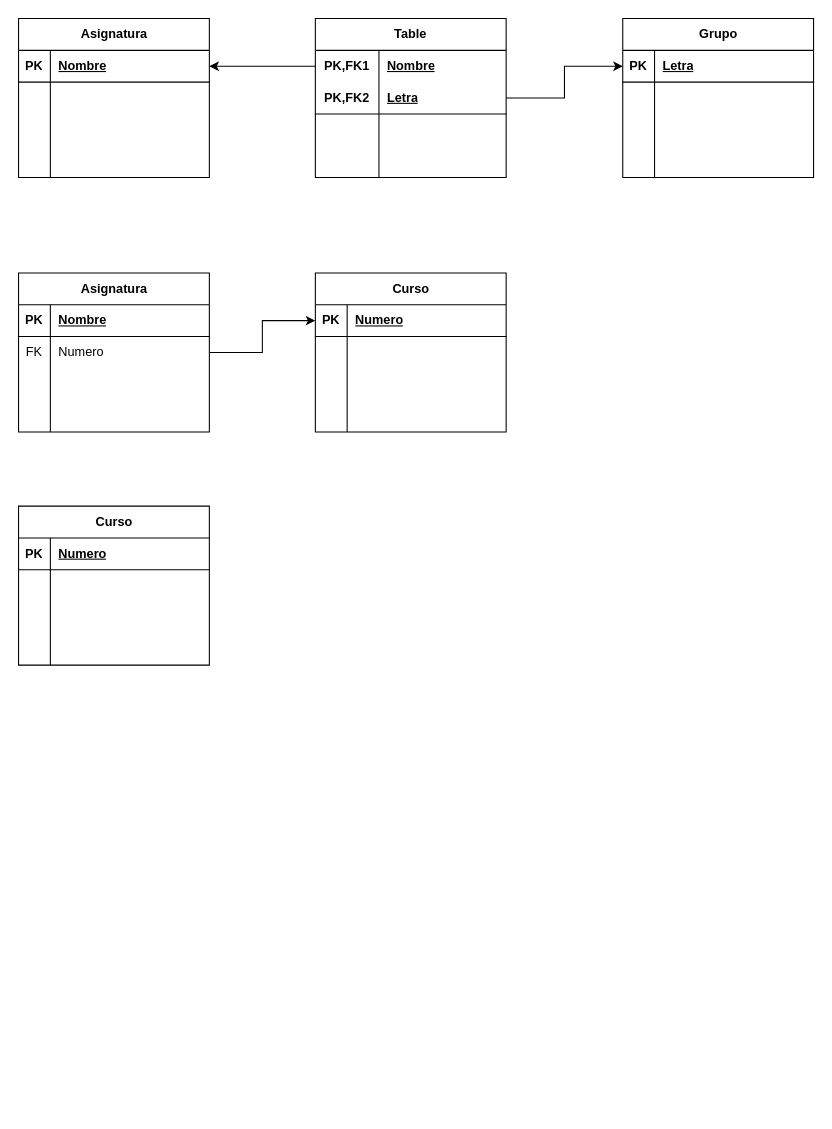
Above: Unidad_1/Tareas/Tareas_entregables/Docente (MR-2)/Diagrama sin título.drawio in OxideVanadium/base_de_datos (draw.io), before the change. Source tidied: cells renumbered, new cells numbered last; positions are measured from the earlier drawing's top-left corner, leaving out a move shared by most shapes. Both pictures are drawn from the tidied source at 106%, with x=0, y=0 at pixel (18, 18).
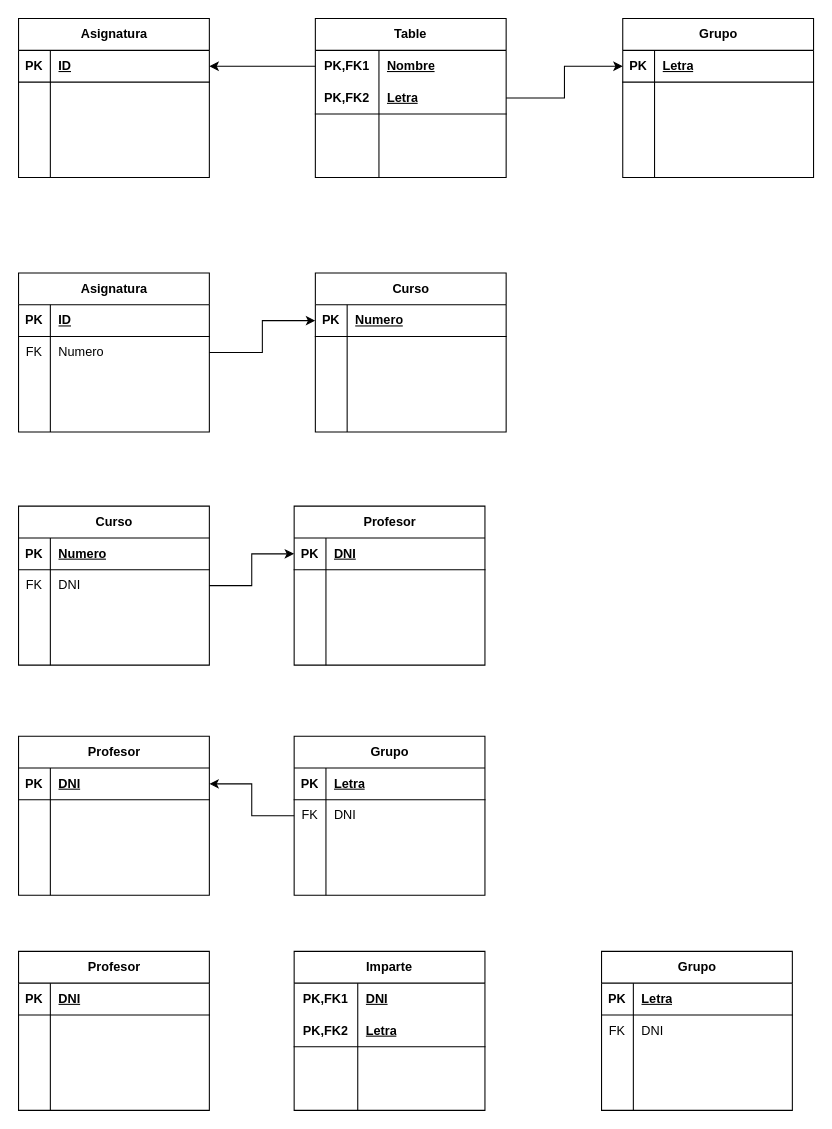
The same page after the edit.

Unchanged cells that the change refers to:
```xml
<mxCell id="3" style="shape=tableRow;horizontal=0;startSize=0;swimlaneHead=0;swimlaneBody=0;fillColor=none;points=[[0,0.5],[1,0.5]];portConstraint=eastwest;top=0;left=0;right=0;bottom=1;" parent="2" vertex="1">
  <mxGeometry y="30" width="180" height="30" as="geometry" />
</mxCell>
<mxCell id="44" style="shape=tableRow;horizontal=0;startSize=0;swimlaneHead=0;swimlaneBody=0;fillColor=none;top=0;left=0;right=0;bottom=1;" parent="43" vertex="1">
  <mxGeometry y="30" width="180" height="30" as="geometry" />
</mxCell>
<mxCell id="74" style="shape=tableRow;horizontal=0;startSize=0;swimlaneHead=0;swimlaneBody=0;fillColor=none;points=[[0,0.5],[1,0.5]];portConstraint=eastwest;top=0;left=0;right=0;bottom=0;" parent="70" vertex="1">
  <mxGeometry y="60" width="180" height="30" as="geometry" />
</mxCell>
```

Change to the diagram source:
```diff
@@
-    <mxCell id="5" value="Nombre" style="shape=partialRectangle;fillColor=none;top=0;left=0;bottom=0;right=0;align=left;spacingLeft=6;fontStyle=5;overflow=hidden;whiteSpace=wrap;html=1;" parent="3" vertex="1">
+    <mxCell id="5" value="ID" style="shape=partialRectangle;fillColor=none;top=0;left=0;bottom=0;right=0;align=left;spacingLeft=6;fontStyle=5;overflow=hidden;whiteSpace=wrap;html=1;" parent="3" vertex="1">
       <mxGeometry x="30" width="150" height="30" as="geometry" />
     </mxCell>
@@
-    <mxCell id="46" value="Nombre" style="shape=partialRectangle;fillColor=none;top=0;left=0;bottom=0;right=0;align=left;spacingLeft=6;fontStyle=5;overflow=hidden;whiteSpace=wrap;html=1;" parent="44" vertex="1">
+    <mxCell id="46" value="ID" style="shape=partialRectangle;fillColor=none;top=0;left=0;bottom=0;right=0;align=left;spacingLeft=6;fontStyle=5;overflow=hidden;whiteSpace=wrap;html=1;" parent="44" vertex="1">
       <mxGeometry x="30" width="150" height="30" as="geometry" />
     </mxCell>
@@
-    <mxCell id="75" style="shape=partialRectangle;fillColor=none;top=0;left=0;bottom=0;right=0;overflow=hidden;whiteSpace=wrap;html=1;" parent="74" vertex="1">
+    <mxCell id="75" value="FK" style="shape=partialRectangle;fillColor=none;top=0;left=0;bottom=0;right=0;overflow=hidden;whiteSpace=wrap;html=1;" parent="74" vertex="1">
       <mxGeometry width="30" height="30" as="geometry" />
     </mxCell>
-    <mxCell id="76" style="shape=partialRectangle;fillColor=none;top=0;left=0;bottom=0;right=0;align=left;spacingLeft=6;overflow=hidden;whiteSpace=wrap;html=1;" parent="74" vertex="1">
+    <mxCell id="76" value="DNI" style="shape=partialRectangle;fillColor=none;top=0;left=0;bottom=0;right=0;align=left;spacingLeft=6;overflow=hidden;whiteSpace=wrap;html=1;" parent="74" vertex="1">
       <mxGeometry x="30" width="150" height="30" as="geometry" />
     </mxCell>
@@
+    <mxCell id="83" value="Profesor" style="shape=table;startSize=30;childLayout=tableLayout;rowLines=0;fontStyle=1;align=center;html=1;" parent="1" vertex="1">
+      <mxGeometry x="260" y="460" width="180" height="150" as="geometry" />
+    </mxCell>
+    <mxCell id="84" style="shape=tableRow;horizontal=0;startSize=0;swimlaneHead=0;swimlaneBody=0;fillColor=none;points=[[0,0.5],[1,0.5]];portConstraint=eastwest;top=0;left=0;right=0;bottom=1;" parent="83" vertex="1">
+      <mxGeometry y="30" width="180" height="30" as="geometry" />
+    </mxCell>
+    <mxCell id="85" value="PK" style="shape=partialRectangle;fillColor=none;top=0;left=0;bottom=0;right=0;fontStyle=1;overflow=hidden;whiteSpace=wrap;html=1;" parent="84" vertex="1">
+      <mxGeometry width="30" height="30" as="geometry" />
+    </mxCell>
+    <mxCell id="86" value="DNI" style="shape=partialRectangle;fillColor=none;top=0;left=0;bottom=0;right=0;align=left;spacingLeft=6;fontStyle=5;overflow=hidden;whiteSpace=wrap;html=1;" parent="84" vertex="1">
+      <mxGeometry x="30" width="150" height="30" as="geometry" />
+    </mxCell>
+    <mxCell id="87" style="shape=tableRow;horizontal=0;startSize=0;swimlaneHead=0;swimlaneBody=0;fillColor=none;top=0;left=0;right=0;bottom=0;" parent="83" vertex="1">
+      <mxGeometry y="60" width="180" height="30" as="geometry" />
+    </mxCell>
+    <mxCell id="88" style="shape=partialRectangle;fillColor=none;top=0;left=0;bottom=0;right=0;overflow=hidden;whiteSpace=wrap;html=1;" parent="87" vertex="1">
+      <mxGeometry width="30" height="30" as="geometry" />
+    </mxCell>
+    <mxCell id="89" style="shape=partialRectangle;fillColor=none;top=0;left=0;bottom=0;right=0;align=left;spacingLeft=6;overflow=hidden;whiteSpace=wrap;html=1;" parent="87" vertex="1">
+      <mxGeometry x="30" width="150" height="30" as="geometry" />
+    </mxCell>
+    <mxCell id="90" style="shape=tableRow;horizontal=0;startSize=0;swimlaneHead=0;swimlaneBody=0;fillColor=none;top=0;left=0;right=0;bottom=0;" parent="83" vertex="1">
+      <mxGeometry y="90" width="180" height="30" as="geometry" />
+    </mxCell>
+    <mxCell id="91" style="shape=partialRectangle;fillColor=none;top=0;left=0;bottom=0;right=0;overflow=hidden;whiteSpace=wrap;html=1;" parent="90" vertex="1">
+      <mxGeometry width="30" height="30" as="geometry" />
+    </mxCell>
+    <mxCell id="92" style="shape=partialRectangle;fillColor=none;top=0;left=0;bottom=0;right=0;align=left;spacingLeft=6;overflow=hidden;whiteSpace=wrap;html=1;" parent="90" vertex="1">
+      <mxGeometry x="30" width="150" height="30" as="geometry" />
+    </mxCell>
+    <mxCell id="93" style="shape=tableRow;horizontal=0;startSize=0;swimlaneHead=0;swimlaneBody=0;fillColor=none;top=0;left=0;right=0;bottom=0;" parent="83" vertex="1">
+      <mxGeometry y="120" width="180" height="30" as="geometry" />
+    </mxCell>
+    <mxCell id="94" style="shape=partialRectangle;fillColor=none;top=0;left=0;bottom=0;right=0;overflow=hidden;whiteSpace=wrap;html=1;" parent="93" vertex="1">
+      <mxGeometry width="30" height="30" as="geometry" />
+    </mxCell>
+    <mxCell id="95" style="shape=partialRectangle;fillColor=none;top=0;left=0;bottom=0;right=0;align=left;spacingLeft=6;overflow=hidden;whiteSpace=wrap;html=1;" parent="93" vertex="1">
+      <mxGeometry x="30" width="150" height="30" as="geometry" />
+    </mxCell>
+    <mxCell id="96" style="edgeStyle=orthogonalEdgeStyle;rounded=0;jettySize=auto;html=1;entryX=0;entryY=0.5;entryDx=0;entryDy=0;" parent="1" edge="1" source="74" target="84">
+      <mxGeometry relative="1" as="geometry" />
+    </mxCell>
+    <mxCell id="97" value="Profesor" style="shape=table;startSize=30;childLayout=tableLayout;rowLines=0;fontStyle=1;align=center;html=1;" parent="1" vertex="1">
+      <mxGeometry y="677" width="180" height="150" as="geometry" />
+    </mxCell>
+    <mxCell id="98" style="shape=tableRow;horizontal=0;startSize=0;swimlaneHead=0;swimlaneBody=0;fillColor=none;points=[[0,0.5],[1,0.5]];portConstraint=eastwest;top=0;left=0;right=0;bottom=1;" parent="97" vertex="1">
+      <mxGeometry y="30" width="180" height="30" as="geometry" />
+    </mxCell>
+    <mxCell id="99" value="PK" style="shape=partialRectangle;fillColor=none;top=0;left=0;bottom=0;right=0;fontStyle=1;overflow=hidden;whiteSpace=wrap;html=1;" parent="98" vertex="1">
+      <mxGeometry width="30" height="30" as="geometry" />
+    </mxCell>
+    <mxCell id="100" value="DNI" style="shape=partialRectangle;fillColor=none;top=0;left=0;bottom=0;right=0;align=left;spacingLeft=6;fontStyle=5;overflow=hidden;whiteSpace=wrap;html=1;" parent="98" vertex="1">
+      <mxGeometry x="30" width="150" height="30" as="geometry" />
+    </mxCell>
+    <mxCell id="101" style="shape=tableRow;horizontal=0;startSize=0;swimlaneHead=0;swimlaneBody=0;fillColor=none;top=0;left=0;right=0;bottom=0;" parent="97" vertex="1">
+      <mxGeometry y="60" width="180" height="30" as="geometry" />
+    </mxCell>
+    <mxCell id="102" style="shape=partialRectangle;fillColor=none;top=0;left=0;bottom=0;right=0;overflow=hidden;whiteSpace=wrap;html=1;" parent="101" vertex="1">
+      <mxGeometry width="30" height="30" as="geometry" />
+    </mxCell>
+    <mxCell id="103" style="shape=partialRectangle;fillColor=none;top=0;left=0;bottom=0;right=0;align=left;spacingLeft=6;overflow=hidden;whiteSpace=wrap;html=1;" parent="101" vertex="1">
+      <mxGeometry x="30" width="150" height="30" as="geometry" />
+    </mxCell>
+    <mxCell id="104" style="shape=tableRow;horizontal=0;startSize=0;swimlaneHead=0;swimlaneBody=0;fillColor=none;top=0;left=0;right=0;bottom=0;" parent="97" vertex="1">
+      <mxGeometry y="90" width="180" height="30" as="geometry" />
+    </mxCell>
+    <mxCell id="105" style="shape=partialRectangle;fillColor=none;top=0;left=0;bottom=0;right=0;overflow=hidden;whiteSpace=wrap;html=1;" parent="104" vertex="1">
+      <mxGeometry width="30" height="30" as="geometry" />
+    </mxCell>
+    <mxCell id="106" style="shape=partialRectangle;fillColor=none;top=0;left=0;bottom=0;right=0;align=left;spacingLeft=6;overflow=hidden;whiteSpace=wrap;html=1;" parent="104" vertex="1">
+      <mxGeometry x="30" width="150" height="30" as="geometry" />
+    </mxCell>
+    <mxCell id="107" style="shape=tableRow;horizontal=0;startSize=0;swimlaneHead=0;swimlaneBody=0;fillColor=none;top=0;left=0;right=0;bottom=0;" parent="97" vertex="1">
+      <mxGeometry y="120" width="180" height="30" as="geometry" />
+    </mxCell>
+    <mxCell id="108" style="shape=partialRectangle;fillColor=none;top=0;left=0;bottom=0;right=0;overflow=hidden;whiteSpace=wrap;html=1;" parent="107" vertex="1">
+      <mxGeometry width="30" height="30" as="geometry" />
+    </mxCell>
+    <mxCell id="109" style="shape=partialRectangle;fillColor=none;top=0;left=0;bottom=0;right=0;align=left;spacingLeft=6;overflow=hidden;whiteSpace=wrap;html=1;" parent="107" vertex="1">
+      <mxGeometry x="30" width="150" height="30" as="geometry" />
+    </mxCell>
+    <mxCell id="110" value="Grupo" style="shape=table;startSize=30;childLayout=tableLayout;rowLines=0;fontStyle=1;align=center;html=1;" parent="1" vertex="1">
+      <mxGeometry x="260" y="677" width="180" height="150" as="geometry" />
+    </mxCell>
+    <mxCell id="111" style="shape=tableRow;horizontal=0;startSize=0;swimlaneHead=0;swimlaneBody=0;fillColor=none;top=0;left=0;right=0;bottom=1;" parent="110" vertex="1">
+      <mxGeometry y="30" width="180" height="30" as="geometry" />
+    </mxCell>
+    <mxCell id="112" value="PK" style="shape=partialRectangle;fillColor=none;top=0;left=0;bottom=0;right=0;fontStyle=1;overflow=hidden;whiteSpace=wrap;html=1;" parent="111" vertex="1">
+      <mxGeometry width="30" height="30" as="geometry" />
+    </mxCell>
+    <mxCell id="113" value="Letra" style="shape=partialRectangle;fillColor=none;top=0;left=0;bottom=0;right=0;align=left;spacingLeft=6;fontStyle=5;overflow=hidden;whiteSpace=wrap;html=1;" parent="111" vertex="1">
+      <mxGeometry x="30" width="150" height="30" as="geometry" />
+    </mxCell>
+    <mxCell id="114" style="shape=tableRow;horizontal=0;startSize=0;swimlaneHead=0;swimlaneBody=0;fillColor=none;points=[[0,0.5],[1,0.5]];portConstraint=eastwest;top=0;left=0;right=0;bottom=0;" parent="110" vertex="1">
+      <mxGeometry y="60" width="180" height="30" as="geometry" />
+    </mxCell>
+    <mxCell id="115" value="FK" style="shape=partialRectangle;fillColor=none;top=0;left=0;bottom=0;right=0;overflow=hidden;whiteSpace=wrap;html=1;" parent="114" vertex="1">
+      <mxGeometry width="30" height="30" as="geometry" />
+    </mxCell>
+    <mxCell id="116" value="DNI" style="shape=partialRectangle;fillColor=none;top=0;left=0;bottom=0;right=0;align=left;spacingLeft=6;overflow=hidden;whiteSpace=wrap;html=1;" parent="114" vertex="1">
+      <mxGeometry x="30" width="150" height="30" as="geometry" />
+    </mxCell>
+    <mxCell id="117" style="shape=tableRow;horizontal=0;startSize=0;swimlaneHead=0;swimlaneBody=0;fillColor=none;top=0;left=0;right=0;bottom=0;" parent="110" vertex="1">
+      <mxGeometry y="90" width="180" height="30" as="geometry" />
+    </mxCell>
+    <mxCell id="118" style="shape=partialRectangle;fillColor=none;top=0;left=0;bottom=0;right=0;overflow=hidden;whiteSpace=wrap;html=1;" parent="117" vertex="1">
+      <mxGeometry width="30" height="30" as="geometry" />
+    </mxCell>
+    <mxCell id="119" style="shape=partialRectangle;fillColor=none;top=0;left=0;bottom=0;right=0;align=left;spacingLeft=6;overflow=hidden;whiteSpace=wrap;html=1;" parent="117" vertex="1">
+      <mxGeometry x="30" width="150" height="30" as="geometry" />
+    </mxCell>
+    <mxCell id="120" style="shape=tableRow;horizontal=0;startSize=0;swimlaneHead=0;swimlaneBody=0;fillColor=none;top=0;left=0;right=0;bottom=0;" parent="110" vertex="1">
+      <mxGeometry y="120" width="180" height="30" as="geometry" />
+    </mxCell>
+    <mxCell id="121" style="shape=partialRectangle;fillColor=none;top=0;left=0;bottom=0;right=0;overflow=hidden;whiteSpace=wrap;html=1;" parent="120" vertex="1">
+      <mxGeometry width="30" height="30" as="geometry" />
+    </mxCell>
+    <mxCell id="122" style="shape=partialRectangle;fillColor=none;top=0;left=0;bottom=0;right=0;align=left;spacingLeft=6;overflow=hidden;whiteSpace=wrap;html=1;" parent="120" vertex="1">
+      <mxGeometry x="30" width="150" height="30" as="geometry" />
+    </mxCell>
+    <mxCell id="123" style="edgeStyle=orthogonalEdgeStyle;rounded=0;jettySize=auto;html=1;entryX=1;entryY=0.5;entryDx=0;entryDy=0;" parent="1" edge="1" source="114" target="98">
+      <mxGeometry relative="1" as="geometry" />
+    </mxCell>
+    <mxCell id="124" value="Profesor" style="shape=table;startSize=30;childLayout=tableLayout;rowLines=0;fontStyle=1;align=center;html=1;" parent="1" vertex="1">
+      <mxGeometry y="880" width="180" height="150" as="geometry" />
+    </mxCell>
+    <mxCell id="125" style="shape=tableRow;horizontal=0;startSize=0;swimlaneHead=0;swimlaneBody=0;fillColor=none;top=0;left=0;right=0;bottom=1;" parent="124" vertex="1">
+      <mxGeometry y="30" width="180" height="30" as="geometry" />
+    </mxCell>
+    <mxCell id="126" value="PK" style="shape=partialRectangle;fillColor=none;top=0;left=0;bottom=0;right=0;fontStyle=1;overflow=hidden;whiteSpace=wrap;html=1;" parent="125" vertex="1">
+      <mxGeometry width="30" height="30" as="geometry" />
+    </mxCell>
+    <mxCell id="127" value="DNI" style="shape=partialRectangle;fillColor=none;top=0;left=0;bottom=0;right=0;align=left;spacingLeft=6;fontStyle=5;overflow=hidden;whiteSpace=wrap;html=1;" parent="125" vertex="1">
+      <mxGeometry x="30" width="150" height="30" as="geometry" />
+    </mxCell>
+    <mxCell id="128" style="shape=tableRow;horizontal=0;startSize=0;swimlaneHead=0;swimlaneBody=0;fillColor=none;top=0;left=0;right=0;bottom=0;" parent="124" vertex="1">
+      <mxGeometry y="60" width="180" height="30" as="geometry" />
+    </mxCell>
+    <mxCell id="129" style="shape=partialRectangle;fillColor=none;top=0;left=0;bottom=0;right=0;overflow=hidden;whiteSpace=wrap;html=1;" parent="128" vertex="1">
+      <mxGeometry width="30" height="30" as="geometry" />
+    </mxCell>
+    <mxCell id="130" style="shape=partialRectangle;fillColor=none;top=0;left=0;bottom=0;right=0;align=left;spacingLeft=6;overflow=hidden;whiteSpace=wrap;html=1;" parent="128" vertex="1">
+      <mxGeometry x="30" width="150" height="30" as="geometry" />
+    </mxCell>
+    <mxCell id="131" style="shape=tableRow;horizontal=0;startSize=0;swimlaneHead=0;swimlaneBody=0;fillColor=none;top=0;left=0;right=0;bottom=0;" parent="124" vertex="1">
+      <mxGeometry y="90" width="180" height="30" as="geometry" />
+    </mxCell>
+    <mxCell id="132" style="shape=partialRectangle;fillColor=none;top=0;left=0;bottom=0;right=0;overflow=hidden;whiteSpace=wrap;html=1;" parent="131" vertex="1">
+      <mxGeometry width="30" height="30" as="geometry" />
+    </mxCell>
+    <mxCell id="133" style="shape=partialRectangle;fillColor=none;top=0;left=0;bottom=0;right=0;align=left;spacingLeft=6;overflow=hidden;whiteSpace=wrap;html=1;" parent="131" vertex="1">
+      <mxGeometry x="30" width="150" height="30" as="geometry" />
+    </mxCell>
+    <mxCell id="134" style="shape=tableRow;horizontal=0;startSize=0;swimlaneHead=0;swimlaneBody=0;fillColor=none;top=0;left=0;right=0;bottom=0;" parent="124" vertex="1">
+      <mxGeometry y="120" width="180" height="30" as="geometry" />
+    </mxCell>
+    <mxCell id="135" style="shape=partialRectangle;fillColor=none;top=0;left=0;bottom=0;right=0;overflow=hidden;whiteSpace=wrap;html=1;" parent="134" vertex="1">
+      <mxGeometry width="30" height="30" as="geometry" />
+    </mxCell>
+    <mxCell id="136" style="shape=partialRectangle;fillColor=none;top=0;left=0;bottom=0;right=0;align=left;spacingLeft=6;overflow=hidden;whiteSpace=wrap;html=1;" parent="134" vertex="1">
+      <mxGeometry x="30" width="150" height="30" as="geometry" />
+    </mxCell>
+    <mxCell id="137" value="Grupo" style="shape=table;startSize=30;childLayout=tableLayout;rowLines=0;fontStyle=1;align=center;html=1;" parent="1" vertex="1">
+      <mxGeometry x="550" y="880" width="180" height="150" as="geometry" />
+    </mxCell>
+    <mxCell id="138" style="shape=tableRow;horizontal=0;startSize=0;swimlaneHead=0;swimlaneBody=0;fillColor=none;top=0;left=0;right=0;bottom=1;" parent="137" vertex="1">
+      <mxGeometry y="30" width="180" height="30" as="geometry" />
+    </mxCell>
+    <mxCell id="139" value="PK" style="shape=partialRectangle;fillColor=none;top=0;left=0;bottom=0;right=0;fontStyle=1;overflow=hidden;whiteSpace=wrap;html=1;" parent="138" vertex="1">
+      <mxGeometry width="30" height="30" as="geometry" />
+    </mxCell>
+    <mxCell id="140" value="Letra" style="shape=partialRectangle;fillColor=none;top=0;left=0;bottom=0;right=0;align=left;spacingLeft=6;fontStyle=5;overflow=hidden;whiteSpace=wrap;html=1;" parent="138" vertex="1">
+      <mxGeometry x="30" width="150" height="30" as="geometry" />
+    </mxCell>
+    <mxCell id="141" style="shape=tableRow;horizontal=0;startSize=0;swimlaneHead=0;swimlaneBody=0;fillColor=none;top=0;left=0;right=0;bottom=0;" parent="137" vertex="1">
+      <mxGeometry y="60" width="180" height="30" as="geometry" />
+    </mxCell>
+    <mxCell id="142" value="FK" style="shape=partialRectangle;fillColor=none;top=0;left=0;bottom=0;right=0;overflow=hidden;whiteSpace=wrap;html=1;" parent="141" vertex="1">
+      <mxGeometry width="30" height="30" as="geometry" />
+    </mxCell>
+    <mxCell id="143" value="DNI" style="shape=partialRectangle;fillColor=none;top=0;left=0;bottom=0;right=0;align=left;spacingLeft=6;overflow=hidden;whiteSpace=wrap;html=1;" parent="141" vertex="1">
+      <mxGeometry x="30" width="150" height="30" as="geometry" />
+    </mxCell>
+    <mxCell id="144" style="shape=tableRow;horizontal=0;startSize=0;swimlaneHead=0;swimlaneBody=0;fillColor=none;top=0;left=0;right=0;bottom=0;" parent="137" vertex="1">
+      <mxGeometry y="90" width="180" height="30" as="geometry" />
+    </mxCell>
+    <mxCell id="145" style="shape=partialRectangle;fillColor=none;top=0;left=0;bottom=0;right=0;overflow=hidden;whiteSpace=wrap;html=1;" parent="144" vertex="1">
+      <mxGeometry width="30" height="30" as="geometry" />
+    </mxCell>
+    <mxCell id="146" style="shape=partialRectangle;fillColor=none;top=0;left=0;bottom=0;right=0;align=left;spacingLeft=6;overflow=hidden;whiteSpace=wrap;html=1;" parent="144" vertex="1">
+      <mxGeometry x="30" width="150" height="30" as="geometry" />
+    </mxCell>
+    <mxCell id="147" style="shape=tableRow;horizontal=0;startSize=0;swimlaneHead=0;swimlaneBody=0;fillColor=none;top=0;left=0;right=0;bottom=0;" parent="137" vertex="1">
+      <mxGeometry y="120" width="180" height="30" as="geometry" />
+    </mxCell>
+    <mxCell id="148" style="shape=partialRectangle;fillColor=none;top=0;left=0;bottom=0;right=0;overflow=hidden;whiteSpace=wrap;html=1;" parent="147" vertex="1">
+      <mxGeometry width="30" height="30" as="geometry" />
+    </mxCell>
+    <mxCell id="149" style="shape=partialRectangle;fillColor=none;top=0;left=0;bottom=0;right=0;align=left;spacingLeft=6;overflow=hidden;whiteSpace=wrap;html=1;" parent="147" vertex="1">
+      <mxGeometry x="30" width="150" height="30" as="geometry" />
+    </mxCell>
+    <mxCell id="150" value="Imparte" style="shape=table;startSize=30;childLayout=tableLayout;rowLines=0;fontStyle=1;align=center;html=1;whiteSpace=wrap;" parent="1" vertex="1">
+      <mxGeometry x="260" y="880" width="180" height="150" as="geometry" />
+    </mxCell>
+    <mxCell id="151" style="shape=tableRow;horizontal=0;startSize=0;swimlaneHead=0;swimlaneBody=0;fillColor=none;top=0;left=0;right=0;bottom=0;html=1;" parent="150" vertex="1">
+      <mxGeometry y="30" width="180" height="30" as="geometry" />
+    </mxCell>
+    <mxCell id="152" value="PK,FK1" style="shape=partialRectangle;fillColor=none;top=0;left=0;bottom=0;right=0;fontStyle=1;overflow=hidden;html=1;whiteSpace=wrap;" parent="151" vertex="1">
+      <mxGeometry width="60" height="30" as="geometry" />
+    </mxCell>
+    <mxCell id="153" value="DNI" style="shape=partialRectangle;fillColor=none;top=0;left=0;bottom=0;right=0;align=left;spacingLeft=6;fontStyle=5;overflow=hidden;html=1;whiteSpace=wrap;" parent="151" vertex="1">
+      <mxGeometry x="60" width="120" height="30" as="geometry" />
+    </mxCell>
+    <mxCell id="154" style="shape=tableRow;horizontal=0;startSize=0;swimlaneHead=0;swimlaneBody=0;fillColor=none;top=0;left=0;right=0;bottom=1;html=1;" parent="150" vertex="1">
+      <mxGeometry y="60" width="180" height="30" as="geometry" />
+    </mxCell>
+    <mxCell id="155" value="PK,FK2" style="shape=partialRectangle;fillColor=none;top=0;left=0;bottom=0;right=0;fontStyle=1;overflow=hidden;html=1;whiteSpace=wrap;" parent="154" vertex="1">
+      <mxGeometry width="60" height="30" as="geometry" />
+    </mxCell>
+    <mxCell id="156" value="Letra" style="shape=partialRectangle;fillColor=none;top=0;left=0;bottom=0;right=0;align=left;spacingLeft=6;fontStyle=5;overflow=hidden;html=1;whiteSpace=wrap;" parent="154" vertex="1">
+      <mxGeometry x="60" width="120" height="30" as="geometry" />
+    </mxCell>
+    <mxCell id="157" style="shape=tableRow;horizontal=0;startSize=0;swimlaneHead=0;swimlaneBody=0;fillColor=none;top=0;left=0;right=0;bottom=0;html=1;" parent="150" vertex="1">
+      <mxGeometry y="90" width="180" height="30" as="geometry" />
+    </mxCell>
+    <mxCell id="158" style="shape=partialRectangle;fillColor=none;top=0;left=0;bottom=0;right=0;overflow=hidden;html=1;whiteSpace=wrap;" parent="157" vertex="1">
+      <mxGeometry width="60" height="30" as="geometry" />
+    </mxCell>
+    <mxCell id="159" style="shape=partialRectangle;fillColor=none;top=0;left=0;bottom=0;right=0;align=left;spacingLeft=6;overflow=hidden;html=1;whiteSpace=wrap;" parent="157" vertex="1">
+      <mxGeometry x="60" width="120" height="30" as="geometry" />
+    </mxCell>
+    <mxCell id="160" style="shape=tableRow;horizontal=0;startSize=0;swimlaneHead=0;swimlaneBody=0;fillColor=none;top=0;left=0;right=0;bottom=0;html=1;" parent="150" vertex="1">
+      <mxGeometry y="120" width="180" height="30" as="geometry" />
+    </mxCell>
+    <mxCell id="161" style="shape=partialRectangle;fillColor=none;top=0;left=0;bottom=0;right=0;overflow=hidden;html=1;whiteSpace=wrap;" parent="160" vertex="1">
+      <mxGeometry width="60" height="30" as="geometry" />
+    </mxCell>
+    <mxCell id="162" style="shape=partialRectangle;fillColor=none;top=0;left=0;bottom=0;right=0;align=left;spacingLeft=6;overflow=hidden;html=1;whiteSpace=wrap;" parent="160" vertex="1">
+      <mxGeometry x="60" width="120" height="30" as="geometry" />
+    </mxCell>
```
